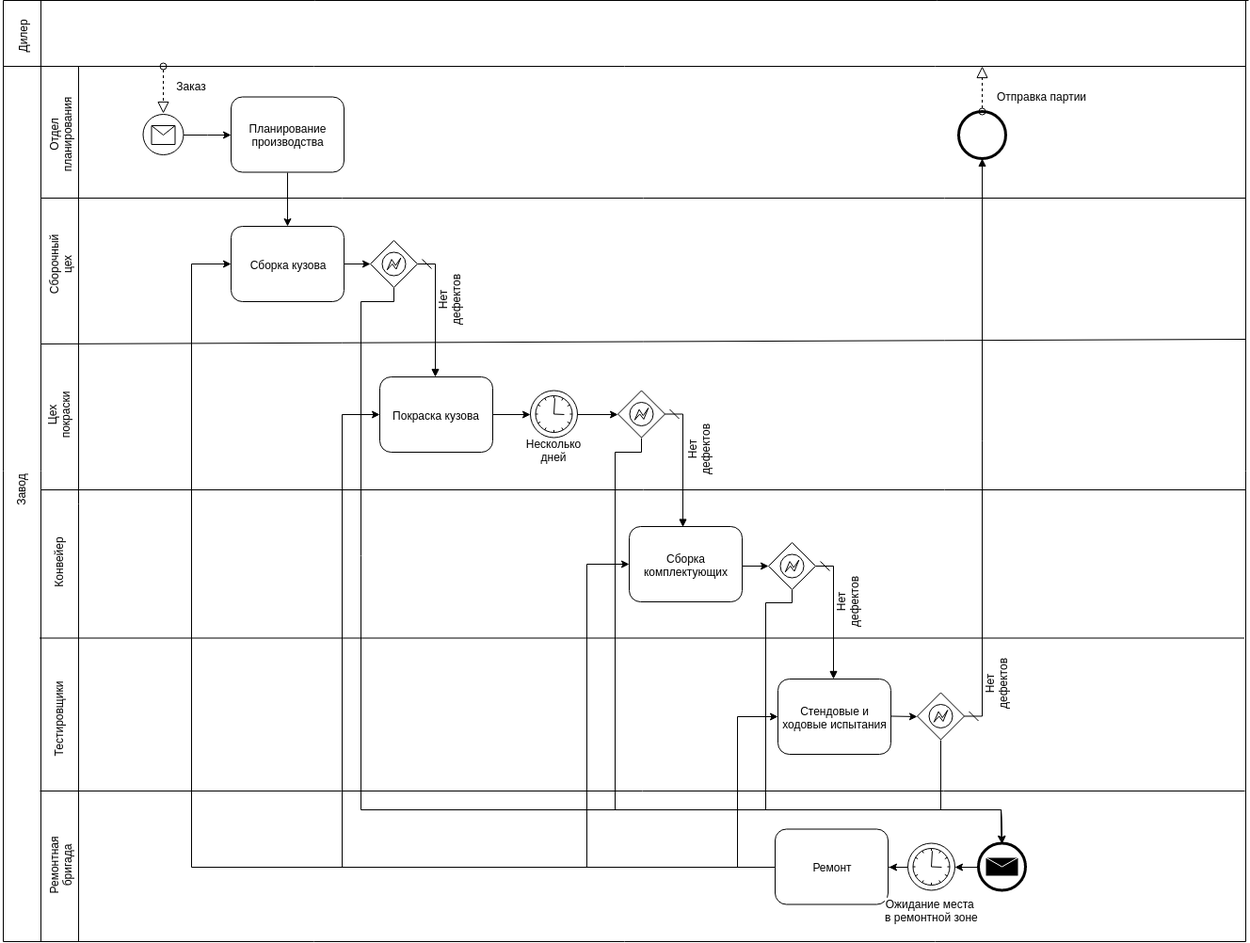
mahkons/software-design-hse-2020 keeps this draw.io diagram as hw3-defects/BPMN.png. Above is the earlier version. Source tidied: cells renumbered, new cells last; positions are measured from the earlier drawing's top-left corner, leaving out a move shared by most shapes.
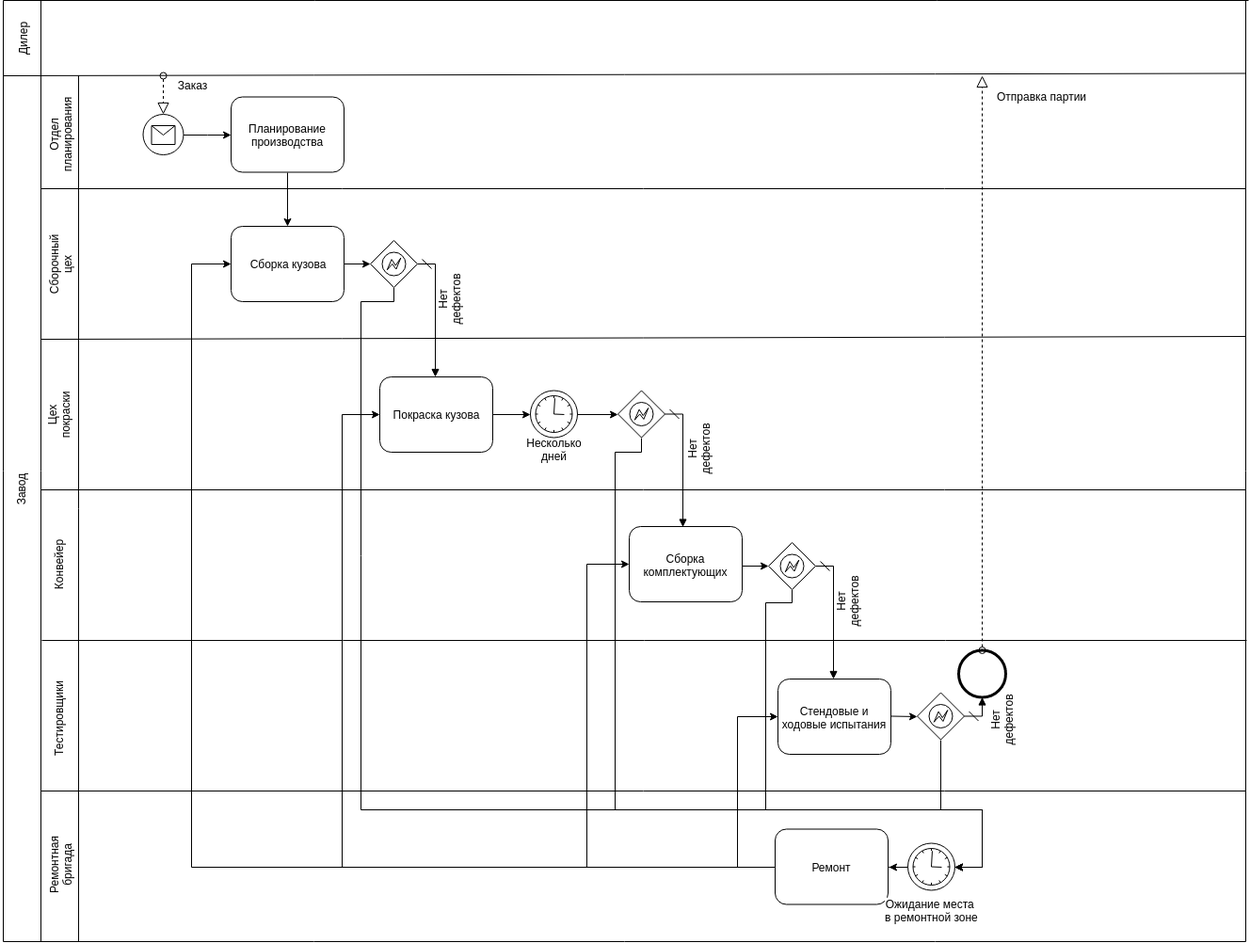
The same file after the commit.

The edit, as a diff of the source:
```diff
@@ -4,15 +4,15 @@
     <mxCell id="1" parent="0" />
     <mxCell id="2" style="endArrow=none;html=1;" parent="1" edge="1">
       <mxGeometry relative="1" as="geometry">
-        <mxPoint x="2" y="70" as="sourcePoint" />
-        <mxPoint x="1322" y="70" as="targetPoint" />
+        <mxPoint x="2" y="80" as="sourcePoint" />
+        <mxPoint x="1322" y="77.5" as="targetPoint" />
       </mxGeometry>
     </mxCell>
     <mxCell id="3" value="Завод" style="text;html=1;strokeColor=none;fillColor=none;align=center;verticalAlign=middle;whiteSpace=wrap;rounded=0;rotation=-90;" parent="1" vertex="1">
       <mxGeometry x="0.5" y="510" width="40" height="20" as="geometry" />
     </mxCell>
     <mxCell id="4" value="Дилер&lt;br&gt;" style="text;html=1;strokeColor=none;fillColor=none;align=center;verticalAlign=middle;whiteSpace=wrap;rounded=0;rotation=-90;" parent="1" vertex="1">
-      <mxGeometry x="2" y="15" width="40" height="45" as="geometry" />
+      <mxGeometry x="2" y="18" width="40" height="45" as="geometry" />
     </mxCell>
     <mxCell id="5" style="endArrow=none;html=1;" parent="1" edge="1">
       <mxGeometry relative="1" as="geometry">
@@ -26,22 +26,21 @@
     <mxCell id="7" style="endArrow=none;html=1;" parent="1" edge="1">
       <mxGeometry relative="1" as="geometry">
         <mxPoint x="82" y="1000" as="sourcePoint" />
-        <mxPoint x="82" y="70" as="targetPoint" />
+        <mxPoint x="82" y="80" as="targetPoint" />
       </mxGeometry>
     </mxCell>
     <mxCell id="8" style="endArrow=none;html=1;" parent="1" edge="1">
       <mxGeometry relative="1" as="geometry">
-        <mxPoint x="42" y="210" as="sourcePoint" />
-        <mxPoint x="1322" y="210" as="targetPoint" />
+        <mxPoint x="42" y="200" as="sourcePoint" />
+        <mxPoint x="1322" y="200" as="targetPoint" />
       </mxGeometry>
     </mxCell>
     <mxCell id="9" value="Отдел планирования" style="text;html=1;strokeColor=none;fillColor=none;align=center;verticalAlign=middle;whiteSpace=wrap;rounded=0;rotation=-90;" parent="1" vertex="1">
       <mxGeometry x="42" y="132.5" width="40" height="20" as="geometry" />
     </mxCell>
-    <mxCell id="10" style="startArrow=oval;startFill=0;startSize=7;endArrow=block;endFill=0;endSize=10;dashed=1;html=1;" parent="1" edge="1">
+    <mxCell id="10" style="startArrow=oval;startFill=0;startSize=7;endArrow=block;endFill=0;endSize=10;dashed=1;html=1;entryX=0.5;entryY=0;entryDx=0;entryDy=0;" parent="1" edge="1" target="12">
       <mxGeometry relative="1" as="geometry">
-        <mxPoint x="172" y="70" as="sourcePoint" />
-        <mxPoint x="172" y="120" as="targetPoint" />
+        <mxPoint x="172" y="80" as="sourcePoint" />
       </mxGeometry>
     </mxCell>
     <mxCell id="11" style="edgeStyle=orthogonalEdgeStyle;rounded=0;html=1;jettySize=auto;entryX=0;entryY=0.5;entryDx=0;entryDy=0;" parent="1" edge="1" source="12" target="14">
@@ -65,13 +64,14 @@
     <mxCell id="17" style="shape=message;whiteSpace=wrap;html=1;" parent="1" vertex="1">
       <mxGeometry x="159.5" y="133" width="25" height="20" as="geometry" />
     </mxCell>
-    <mxCell id="18" style="edgeStyle=orthogonalEdgeStyle;rounded=0;jettySize=auto;html=1;exitX=0.5;exitY=1;exitDx=0;exitDy=0;entryX=0.5;entryY=0;entryDx=0;entryDy=0;" parent="1" edge="1" source="19" target="44">
+    <mxCell id="18" style="edgeStyle=orthogonalEdgeStyle;rounded=0;jettySize=auto;html=1;exitX=0.5;exitY=1;exitDx=0;exitDy=0;entryX=1;entryY=0.5;entryDx=0;entryDy=0;" parent="1" edge="1" source="19" target="52">
       <mxGeometry relative="1" as="geometry">
         <Array as="points">
           <mxPoint x="417" y="320" />
           <mxPoint x="382" y="320" />
           <mxPoint x="382" y="860" />
-          <mxPoint x="1062" y="860" />
+          <mxPoint x="1042" y="860" />
+          <mxPoint x="1042" y="921" />
         </Array>
       </mxGeometry>
     </mxCell>
@@ -91,8 +91,8 @@
     </mxCell>
     <mxCell id="22" style="endArrow=none;html=1;" parent="1" edge="1">
       <mxGeometry relative="1" as="geometry">
-        <mxPoint x="42" y="365" as="sourcePoint" />
-        <mxPoint x="1322" y="360" as="targetPoint" />
+        <mxPoint x="42" y="360" as="sourcePoint" />
+        <mxPoint x="1322" y="357" as="targetPoint" />
       </mxGeometry>
     </mxCell>
     <mxCell id="23" value="Сборочный цех" style="text;html=1;strokeColor=none;fillColor=none;align=center;verticalAlign=middle;whiteSpace=wrap;rounded=0;rotation=-90;" parent="1" vertex="1">
@@ -104,13 +104,14 @@
     <mxCell id="25" value="Покраска кузова" style="shape=ext;rounded=1;html=1;whiteSpace=wrap;" parent="1" vertex="1">
       <mxGeometry x="402" y="400" width="120" height="80" as="geometry" />
     </mxCell>
-    <mxCell id="26" style="edgeStyle=orthogonalEdgeStyle;rounded=0;jettySize=auto;html=1;exitX=0.5;exitY=1;exitDx=0;exitDy=0;entryX=0.5;entryY=0;entryDx=0;entryDy=0;" parent="1" edge="1" source="27" target="44">
+    <mxCell id="26" style="edgeStyle=orthogonalEdgeStyle;rounded=0;jettySize=auto;html=1;exitX=0.5;exitY=1;exitDx=0;exitDy=0;entryX=1;entryY=0.5;entryDx=0;entryDy=0;" parent="1" edge="1" source="27" target="52">
       <mxGeometry relative="1" as="geometry">
         <Array as="points">
           <mxPoint x="680" y="480" />
           <mxPoint x="652" y="480" />
           <mxPoint x="652" y="860" />
-          <mxPoint x="1062" y="860" />
+          <mxPoint x="1042" y="860" />
+          <mxPoint x="1042" y="921" />
         </Array>
       </mxGeometry>
     </mxCell>
@@ -148,7 +149,7 @@
       <mxGeometry x="40.5" y="430" width="40" height="20" as="geometry" />
     </mxCell>
     <mxCell id="36" style="shape=mxgraph.bpmn.shape;html=1;verticalLabelPosition=bottom;labelBackgroundColor=#ffffff;verticalAlign=top;align=center;perimeter=ellipsePerimeter;outlineConnect=0;outline=end;symbol=general;" parent="1" vertex="1">
-      <mxGeometry x="1017" y="118" width="50" height="50" as="geometry" />
+      <mxGeometry x="1017" y="690.5" width="50" height="50" as="geometry" />
     </mxCell>
     <mxCell id="37" style="endArrow=none;html=1;" parent="1" edge="1">
       <mxGeometry relative="1" as="geometry">
@@ -170,24 +171,18 @@
     </mxCell>
     <mxCell id="40" style="startArrow=oval;startFill=0;startSize=7;endArrow=block;endFill=0;endSize=10;dashed=1;html=1;exitX=0.5;exitY=0;exitDx=0;exitDy=0;" parent="1" edge="1" source="36">
       <mxGeometry relative="1" as="geometry">
-        <mxPoint x="1042" y="70" as="targetPoint" />
+        <mxPoint x="1042" y="80" as="targetPoint" />
       </mxGeometry>
     </mxCell>
     <mxCell id="41" style="endArrow=none;html=1;" parent="1" edge="1">
       <mxGeometry relative="1" as="geometry">
-        <mxPoint x="40.5" y="677.5" as="sourcePoint" />
-        <mxPoint x="1320.5" y="677.5" as="targetPoint" />
+        <mxPoint x="43" y="680" as="sourcePoint" />
+        <mxPoint x="1323" y="680" as="targetPoint" />
       </mxGeometry>
     </mxCell>
     <mxCell id="42" value="Конвейер" style="text;html=1;strokeColor=none;fillColor=none;align=center;verticalAlign=middle;whiteSpace=wrap;rounded=0;rotation=-90;" parent="1" vertex="1">
-      <mxGeometry x="40.5" y="587.5" width="40" height="20" as="geometry" />
+      <mxGeometry x="40.5" y="589.5" width="40" height="20" as="geometry" />
     </mxCell>
-    <mxCell id="43" style="edgeStyle=orthogonalEdgeStyle;rounded=0;html=1;jettySize=auto;" parent="1" edge="1" source="44" target="52">
-      <mxGeometry relative="1" as="geometry" />
-    </mxCell>
-    <mxCell id="44" style="shape=mxgraph.bpmn.shape;html=1;verticalLabelPosition=bottom;labelBackgroundColor=#ffffff;verticalAlign=top;align=center;perimeter=ellipsePerimeter;outlineConnect=0;outline=end;symbol=message;" parent="1" vertex="1">
-      <mxGeometry x="1038" y="895.5" width="50" height="50" as="geometry" />
-    </mxCell>
     <mxCell id="45" style="endArrow=none;html=1;" parent="1" edge="1">
       <mxGeometry relative="1" as="geometry">
         <mxPoint x="2" y="1000" as="sourcePoint" />
@@ -242,8 +237,8 @@
     </mxCell>
     <mxCell id="54" style="endArrow=none;html=1;" parent="1" edge="1">
       <mxGeometry relative="1" as="geometry">
-        <mxPoint x="41" y="840" as="sourcePoint" />
-        <mxPoint x="1321" y="840" as="targetPoint" />
+        <mxPoint x="42" y="840" as="sourcePoint" />
+        <mxPoint x="1322" y="840" as="targetPoint" />
       </mxGeometry>
     </mxCell>
     <mxCell id="55" value="Ремонтная бригада" style="text;html=1;strokeColor=none;fillColor=none;align=center;verticalAlign=middle;whiteSpace=wrap;rounded=0;rotation=-90;" parent="1" vertex="1">
@@ -266,13 +261,14 @@
         <mxPoint x="787" y="601" as="sourcePoint" />
       </mxGeometry>
     </mxCell>
-    <mxCell id="59" style="edgeStyle=orthogonalEdgeStyle;rounded=0;jettySize=auto;html=1;exitX=0.5;exitY=1;exitDx=0;exitDy=0;entryX=0.5;entryY=0;entryDx=0;entryDy=0;" parent="1" edge="1" source="60" target="44">
+    <mxCell id="59" style="edgeStyle=orthogonalEdgeStyle;rounded=0;jettySize=auto;html=1;exitX=0.5;exitY=1;exitDx=0;exitDy=0;entryX=1;entryY=0.5;entryDx=0;entryDy=0;" parent="1" edge="1" source="60" target="52">
       <mxGeometry relative="1" as="geometry">
         <Array as="points">
           <mxPoint x="840" y="640" />
           <mxPoint x="812" y="640" />
           <mxPoint x="812" y="860" />
-          <mxPoint x="1062" y="860" />
+          <mxPoint x="1042" y="860" />
+          <mxPoint x="1042" y="921" />
         </Array>
       </mxGeometry>
     </mxCell>
@@ -295,11 +291,12 @@
         <mxPoint x="945" y="760.5" as="sourcePoint" />
       </mxGeometry>
     </mxCell>
-    <mxCell id="64" style="edgeStyle=orthogonalEdgeStyle;rounded=0;jettySize=auto;html=1;exitX=0.5;exitY=1;exitDx=0;exitDy=0;entryX=0.5;entryY=0;entryDx=0;entryDy=0;" parent="1" edge="1" source="65" target="44">
+    <mxCell id="64" style="edgeStyle=orthogonalEdgeStyle;rounded=0;jettySize=auto;html=1;exitX=0.5;exitY=1;exitDx=0;exitDy=0;entryX=1;entryY=0.5;entryDx=0;entryDy=0;" parent="1" edge="1" source="65" target="52">
       <mxGeometry relative="1" as="geometry">
         <Array as="points">
           <mxPoint x="998" y="860" />
-          <mxPoint x="1062" y="860" />
+          <mxPoint x="1042" y="860" />
+          <mxPoint x="1042" y="921" />
         </Array>
       </mxGeometry>
     </mxCell>
@@ -307,7 +304,7 @@
       <mxGeometry x="973" y="735.5" width="50" height="50" as="geometry" />
     </mxCell>
     <mxCell id="66" value="Нет дефектов" style="text;html=1;strokeColor=none;fillColor=none;align=center;verticalAlign=middle;whiteSpace=wrap;rounded=0;rotation=-90;" parent="1" vertex="1">
-      <mxGeometry x="1036" y="715.5" width="40" height="20" as="geometry" />
+      <mxGeometry x="1042" y="754" width="40" height="20" as="geometry" />
     </mxCell>
     <mxCell id="67" style="startArrow=dash;startSize=8;endArrow=block;endFill=1;endSize=6;html=1;exitX=1;exitY=0.5;exitDx=0;exitDy=0;entryX=0.5;entryY=1;entryDx=0;entryDy=0;rounded=0;" parent="1" edge="1" source="65" target="36">
       <mxGeometry relative="1" as="geometry">
```
